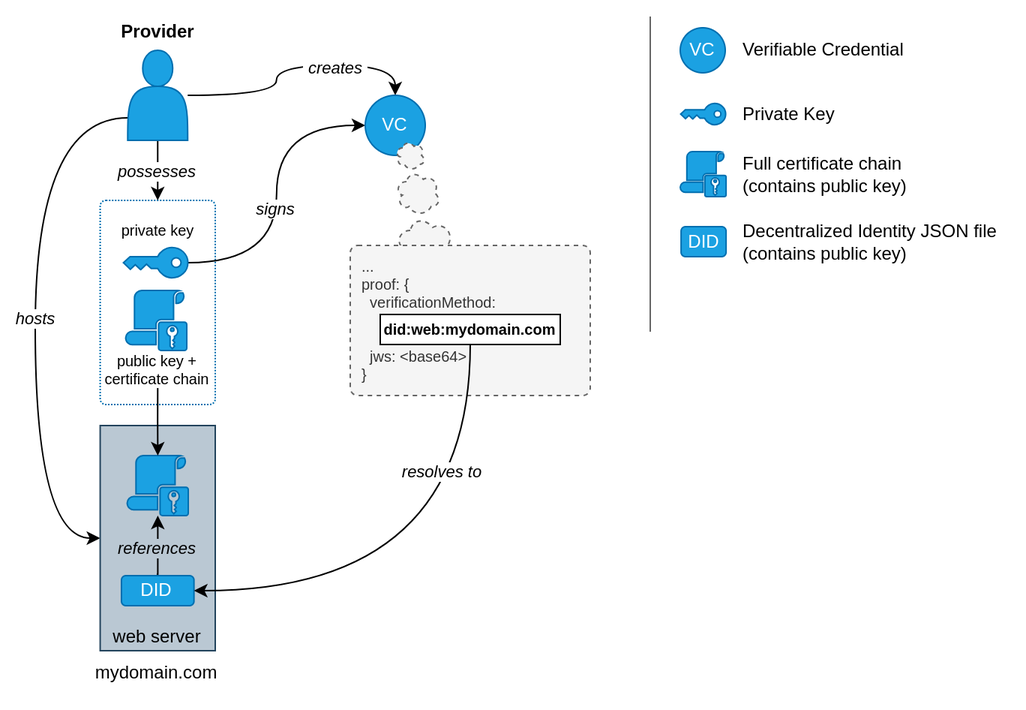
Before: _assets/images/blog/gx-credentials/gx-lrn-credential-structure.png, a diagram exported from draw.io (SovereignCloudStack/website). Source tidied: cells renumbered, new cells last; positions are measured from the earlier drawing's top-left corner, leaving out a move shared by most shapes. The source it was exported from:
```xml
<mxGraphModel>
  <root>
    <mxCell id="0" />
    <mxCell id="1" parent="0" />
    <mxCell id="2" style="rounded=1;whiteSpace=wrap;html=1;dashed=1;dashPattern=1 1;fillColor=none;fontColor=#ffffff;strokeColor=#006EAF;arcSize=5;" parent="1" vertex="1">
      <mxGeometry x="43.3" y="122" width="76.7" height="136" as="geometry" />
    </mxCell>
    <mxCell id="3" style="edgeStyle=orthogonalEdgeStyle;rounded=0;jettySize=auto;html=1;entryX=0;entryY=0.5;entryDx=0;entryDy=0;curved=1;exitX=0;exitY=0.75;exitDx=0;exitDy=0;" parent="1" edge="1" source="9" target="14">
      <mxGeometry relative="1" as="geometry">
        <Array as="points">
          <mxPoint y="67" />
          <mxPoint y="347" />
        </Array>
      </mxGeometry>
    </mxCell>
    <mxCell id="4" value="hosts" style="edgeLabel;html=1;align=center;verticalAlign=middle;fontStyle=2;" parent="3" vertex="1">
      <mxGeometry x="0.01" y="-1" relative="1" as="geometry" />
    </mxCell>
    <mxCell id="5" style="edgeStyle=orthogonalEdgeStyle;rounded=0;jettySize=auto;html=1;entryX=0.5;entryY=0;entryDx=0;entryDy=0;" parent="1" edge="1" source="9" target="2">
      <mxGeometry relative="1" as="geometry" />
    </mxCell>
    <mxCell id="6" value="possesses" style="edgeLabel;html=1;align=center;verticalAlign=middle;fontStyle=2;" parent="5" vertex="1">
      <mxGeometry x="-0.04" y="-2" relative="1" as="geometry">
        <mxPoint x="1" y="1" as="offset" />
      </mxGeometry>
    </mxCell>
    <mxCell id="7" style="edgeStyle=orthogonalEdgeStyle;rounded=0;jettySize=auto;html=1;entryX=0.5;entryY=0;entryDx=0;entryDy=0;curved=1;" parent="1" edge="1" source="9" target="13">
      <mxGeometry relative="1" as="geometry" />
    </mxCell>
    <mxCell id="8" value="&lt;i&gt;&amp;nbsp;creates&amp;nbsp;&lt;/i&gt;" style="edgeLabel;html=1;align=center;verticalAlign=middle;" parent="7" vertex="1">
      <mxGeometry x="0.22" y="-1" relative="1" as="geometry">
        <mxPoint x="10" as="offset" />
      </mxGeometry>
    </mxCell>
    <mxCell id="9" style="shape=actor;whiteSpace=wrap;html=1;fillColor=#1ba1e2;fontColor=#ffffff;strokeColor=#006EAF;" parent="1" vertex="1">
      <mxGeometry x="61.6" y="22" width="40" height="60" as="geometry" />
    </mxCell>
    <mxCell id="10" style="edgeStyle=orthogonalEdgeStyle;rounded=0;jettySize=auto;html=1;entryX=0;entryY=0.5;entryDx=0;entryDy=0;curved=1;" parent="1" edge="1" source="12" target="13">
      <mxGeometry relative="1" as="geometry" />
    </mxCell>
    <mxCell id="11" value="signs" style="edgeLabel;html=1;align=center;verticalAlign=middle;fontStyle=2;" parent="10" vertex="1">
      <mxGeometry x="-0.1" y="1" relative="1" as="geometry" />
    </mxCell>
    <mxCell id="12" style="sketch=0;shadow=0;dashed=0;html=1;strokeColor=#006EAF;fillColor=#1ba1e2;labelPosition=center;verticalLabelPosition=bottom;verticalAlign=top;outlineConnect=0;align=center;shape=mxgraph.office.security.key_permissions;rotation=90;fontColor=#ffffff;" parent="1" vertex="1">
      <mxGeometry x="70.1" y="142" width="20.3" height="43" as="geometry" />
    </mxCell>
    <mxCell id="13" value="VC" style="ellipse;whiteSpace=wrap;html=1;fillColor=#1ba1e2;fontColor=#ffffff;strokeColor=#006EAF;" parent="1" vertex="1">
      <mxGeometry x="220" y="52" width="40" height="40" as="geometry" />
    </mxCell>
    <mxCell id="14" value="&lt;div&gt;&lt;span style=&quot;background-color: initial;&quot;&gt;web server&lt;/span&gt;&lt;br&gt;&lt;/div&gt;" style="rounded=0;whiteSpace=wrap;html=1;verticalAlign=bottom;fillColor=#bac8d3;strokeColor=#23445d;" parent="1" vertex="1">
      <mxGeometry x="43.3" y="272" width="76.7" height="150" as="geometry" />
    </mxCell>
    <mxCell id="15" style="sketch=0;shadow=0;dashed=0;html=1;strokeColor=#006EAF;fillColor=#1ba1e2;labelPosition=center;verticalLabelPosition=bottom;verticalAlign=top;outlineConnect=0;align=center;shape=mxgraph.office.security.role_assignment_policy;fontColor=#ffffff;" parent="1" vertex="1">
      <mxGeometry x="61.3" y="292" width="40.7" height="40" as="geometry" />
    </mxCell>
    <mxCell id="16" style="edgeStyle=orthogonalEdgeStyle;rounded=0;jettySize=auto;html=1;exitX=0.5;exitY=1;exitDx=0;exitDy=0;" parent="1" edge="1" source="29" target="15">
      <mxGeometry relative="1" as="geometry" />
    </mxCell>
    <mxCell id="17" style="sketch=0;shadow=0;dashed=0;html=1;strokeColor=#006EAF;fillColor=#1ba1e2;labelPosition=center;verticalLabelPosition=bottom;verticalAlign=top;align=center;shape=mxgraph.office.security.role_assignment_policy;fontColor=#ffffff;" parent="1" vertex="1">
      <mxGeometry x="60.3" y="182" width="40.7" height="40" as="geometry" />
    </mxCell>
    <mxCell id="18" style="edgeStyle=orthogonalEdgeStyle;rounded=0;jettySize=auto;html=1;" parent="1" edge="1" source="20" target="15">
      <mxGeometry relative="1" as="geometry" />
    </mxCell>
    <mxCell id="19" value="references" style="edgeLabel;html=1;align=center;verticalAlign=middle;fontStyle=2;labelBackgroundColor=#BAC8D3;" parent="18" vertex="1">
      <mxGeometry x="-0.05" y="1" relative="1" as="geometry" />
    </mxCell>
    <mxCell id="20" value="DID" style="rounded=1;whiteSpace=wrap;html=1;fillColor=#1ba1e2;fontColor=#ffffff;strokeColor=#006EAF;" parent="1" vertex="1">
      <mxGeometry x="57.5" y="372" width="48.4" height="20" as="geometry" />
    </mxCell>
    <mxCell id="21" style="ellipse;shape=cloud;whiteSpace=wrap;html=1;dashed=1;fillColor=#f5f5f5;fontColor=#333333;strokeColor=#666666;" parent="1" vertex="1">
      <mxGeometry x="240" y="82" width="20" height="20" as="geometry" />
    </mxCell>
    <mxCell id="22" style="ellipse;shape=cloud;whiteSpace=wrap;html=1;dashed=1;fillColor=#f5f5f5;fontColor=#333333;strokeColor=#666666;" parent="1" vertex="1">
      <mxGeometry x="240" y="102" width="30" height="30" as="geometry" />
    </mxCell>
    <mxCell id="23" style="ellipse;shape=cloud;whiteSpace=wrap;html=1;dashed=1;fillColor=#f5f5f5;fontColor=#333333;strokeColor=#666666;" parent="1" vertex="1">
      <mxGeometry x="240" y="132" width="40" height="40" as="geometry" />
    </mxCell>
    <mxCell id="24" value="&lt;div style=&quot;font-size: 10px;&quot;&gt;&lt;span style=&quot;background-color: initial; font-size: 10px;&quot;&gt;...&lt;/span&gt;&lt;/div&gt;&lt;div style=&quot;font-size: 10px;&quot;&gt;&lt;span style=&quot;background-color: initial; font-size: 10px;&quot;&gt;proof: {&lt;/span&gt;&lt;/div&gt;&lt;div style=&quot;font-size: 10px;&quot;&gt;&lt;span style=&quot;background-color: initial; font-size: 10px;&quot;&gt;&amp;nbsp; verificationMethod:&lt;/span&gt;&lt;br style=&quot;font-size: 10px;&quot;&gt;&lt;/div&gt;&lt;div style=&quot;font-size: 10px;&quot;&gt;&lt;span style=&quot;background-color: initial; font-size: 10px;&quot;&gt;&lt;br&gt;&lt;/span&gt;&lt;/div&gt;&lt;div style=&quot;font-size: 10px;&quot;&gt;&lt;font style=&quot;font-size: 10px;&quot;&gt;&amp;nbsp; &amp;nbsp;&amp;nbsp;&lt;/font&gt;&lt;/div&gt;&lt;div style=&quot;font-size: 10px;&quot;&gt;&lt;font style=&quot;font-size: 10px;&quot;&gt;&amp;nbsp; jws: &amp;lt;base64&amp;gt;&lt;/font&gt;&lt;/div&gt;&lt;div style=&quot;font-size: 10px;&quot;&gt;&lt;font style=&quot;font-size: 10px;&quot;&gt;}&lt;/font&gt;&lt;/div&gt;" style="shape=label;whiteSpace=wrap;html=1;align=left;rounded=1;spacingLeft=6;dashed=1;fontSize=10;verticalAlign=middle;fillColor=#f5f5f5;fontColor=#333333;strokeColor=#666666;arcSize=5;" parent="1" vertex="1">
      <mxGeometry x="210" y="152" width="160" height="100" as="geometry" />
    </mxCell>
    <mxCell id="25" style="edgeStyle=orthogonalEdgeStyle;rounded=0;jettySize=auto;html=1;entryX=1;entryY=0.5;entryDx=0;entryDy=0;curved=1;exitX=0.5;exitY=1;exitDx=0;exitDy=0;" parent="1" edge="1" source="27" target="20">
      <mxGeometry relative="1" as="geometry" />
    </mxCell>
    <mxCell id="26" value="resolves to" style="edgeLabel;html=1;align=center;verticalAlign=middle;fontStyle=2;" parent="25" vertex="1">
      <mxGeometry x="0.59" y="-7" relative="1" as="geometry">
        <mxPoint x="92" y="-73" as="offset" />
      </mxGeometry>
    </mxCell>
    <mxCell id="27" value="&lt;font style=&quot;font-size: 10px;&quot;&gt;&lt;b style=&quot;font-size: 10px;&quot;&gt;did:web:mydomain.com&lt;/b&gt;&lt;/font&gt;" style="rounded=0;whiteSpace=wrap;html=1;fontSize=10;" parent="1" vertex="1">
      <mxGeometry x="230" y="198" width="120" height="20" as="geometry" />
    </mxCell>
    <mxCell id="28" value="private key" style="text;html=1;align=center;verticalAlign=middle;whiteSpace=wrap;rounded=0;fontSize=10;" parent="1" vertex="1">
      <mxGeometry x="51.6" y="132" width="60" height="20" as="geometry" />
    </mxCell>
    <mxCell id="29" value="public key +&lt;div&gt;certificate chain&lt;/div&gt;" style="text;html=1;align=center;verticalAlign=middle;whiteSpace=wrap;rounded=0;fontSize=10;" parent="1" vertex="1">
      <mxGeometry x="42" y="222" width="79.3" height="25" as="geometry" />
    </mxCell>
    <mxCell id="30" value="Provider" style="text;html=1;align=center;verticalAlign=middle;whiteSpace=wrap;rounded=0;fontStyle=1;" parent="1" vertex="1">
      <mxGeometry x="51.7" y="-0.5" width="60" height="20" as="geometry" />
    </mxCell>
    <mxCell id="31" style="endArrow=none;html=1;rounded=0;fillColor=#f5f5f5;strokeColor=#666666;" parent="1" edge="1">
      <mxGeometry relative="1" as="geometry">
        <mxPoint x="410" y="209.5" as="sourcePoint" />
        <mxPoint x="410" y="-0.5" as="targetPoint" />
      </mxGeometry>
    </mxCell>
    <mxCell id="32" style="sketch=0;shadow=0;dashed=0;html=1;strokeColor=#006EAF;fillColor=#1ba1e2;labelPosition=center;verticalLabelPosition=bottom;verticalAlign=top;align=center;shape=mxgraph.office.security.role_assignment_policy;fontColor=#ffffff;" parent="1" vertex="1">
      <mxGeometry x="430" y="89.5" width="30.6" height="30" as="geometry" />
    </mxCell>
    <mxCell id="33" value="DID" style="rounded=1;whiteSpace=wrap;html=1;fillColor=#1ba1e2;fontColor=#ffffff;strokeColor=#006EAF;" parent="1" vertex="1">
      <mxGeometry x="430.6" y="139.5" width="30" height="20" as="geometry" />
    </mxCell>
    <mxCell id="34" style="sketch=0;shadow=0;dashed=0;html=1;strokeColor=#006EAF;fillColor=#1ba1e2;labelPosition=center;verticalLabelPosition=bottom;verticalAlign=top;align=center;shape=mxgraph.office.security.key_permissions;rotation=90;fontColor=#ffffff;" parent="1" vertex="1">
      <mxGeometry x="438.2" y="49.5" width="14.2" height="30" as="geometry" />
    </mxCell>
    <mxCell id="35" value="VC" style="ellipse;whiteSpace=wrap;html=1;fillColor=#1ba1e2;fontColor=#ffffff;strokeColor=#006EAF;" parent="1" vertex="1">
      <mxGeometry x="430" y="7" width="30" height="30" as="geometry" />
    </mxCell>
    <mxCell id="36" value="Verifiable Credential" style="text;html=1;align=left;verticalAlign=middle;whiteSpace=wrap;rounded=0;" parent="1" vertex="1">
      <mxGeometry x="470" y="7" width="150" height="30" as="geometry" />
    </mxCell>
    <mxCell id="37" value="Private Key" style="text;html=1;align=left;verticalAlign=middle;whiteSpace=wrap;rounded=0;" parent="1" vertex="1">
      <mxGeometry x="470" y="49.5" width="150" height="30" as="geometry" />
    </mxCell>
    <mxCell id="38" value="Full certificate chain&lt;div&gt;(contains public key)&lt;/div&gt;" style="text;html=1;align=left;verticalAlign=middle;whiteSpace=wrap;rounded=0;" parent="1" vertex="1">
      <mxGeometry x="470" y="89.5" width="150" height="30" as="geometry" />
    </mxCell>
    <mxCell id="39" value="Decentralized Identity JSON file&lt;div&gt;(contains public key)&lt;/div&gt;" style="text;html=1;align=left;verticalAlign=middle;whiteSpace=wrap;rounded=0;" parent="1" vertex="1">
      <mxGeometry x="470" y="134.5" width="180" height="30" as="geometry" />
    </mxCell>
    <mxCell id="40" value="mydomain.com" style="text;html=1;align=center;verticalAlign=middle;whiteSpace=wrap;rounded=0;fontSize=12;" parent="1" vertex="1">
      <mxGeometry x="40.7" y="422" width="80" height="30" as="geometry" />
    </mxCell>
  </root>
</mxGraphModel>
```
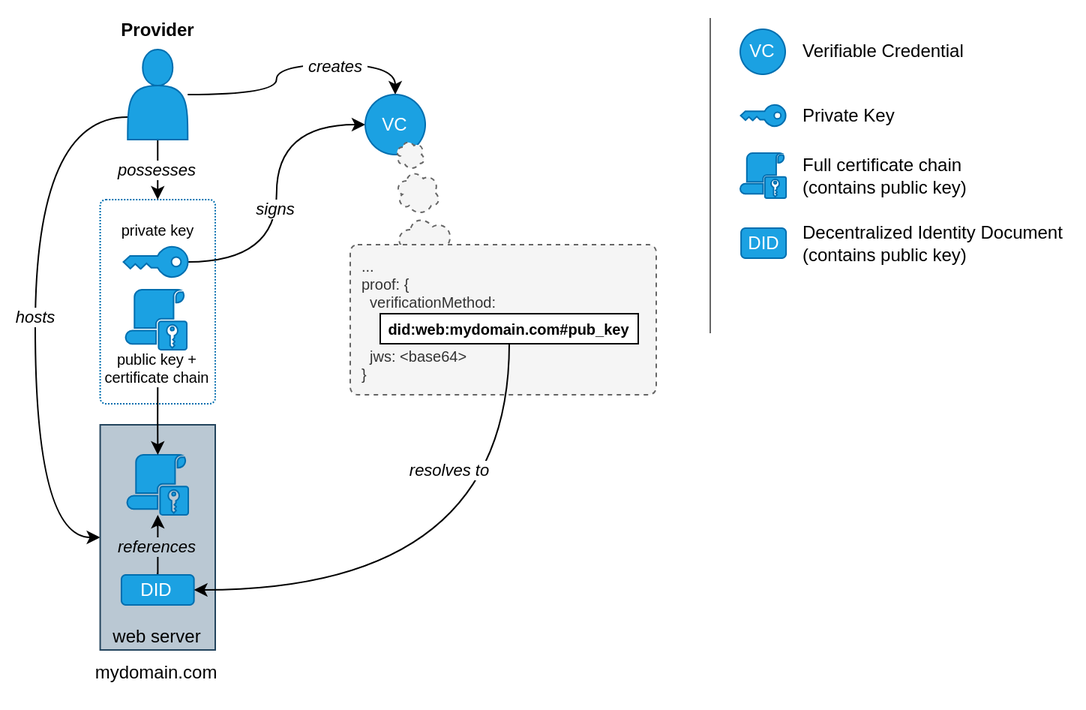
The same diagram one commit later.

Change to the diagram source:
```diff
@@ -78,7 +78,7 @@
       <mxGeometry x="240" y="132" width="40" height="40" as="geometry" />
     </mxCell>
     <mxCell id="24" value="&lt;div style=&quot;font-size: 10px;&quot;&gt;&lt;span style=&quot;background-color: initial; font-size: 10px;&quot;&gt;...&lt;/span&gt;&lt;/div&gt;&lt;div style=&quot;font-size: 10px;&quot;&gt;&lt;span style=&quot;background-color: initial; font-size: 10px;&quot;&gt;proof: {&lt;/span&gt;&lt;/div&gt;&lt;div style=&quot;font-size: 10px;&quot;&gt;&lt;span style=&quot;background-color: initial; font-size: 10px;&quot;&gt;&amp;nbsp; verificationMethod:&lt;/span&gt;&lt;br style=&quot;font-size: 10px;&quot;&gt;&lt;/div&gt;&lt;div style=&quot;font-size: 10px;&quot;&gt;&lt;span style=&quot;background-color: initial; font-size: 10px;&quot;&gt;&lt;br&gt;&lt;/span&gt;&lt;/div&gt;&lt;div style=&quot;font-size: 10px;&quot;&gt;&lt;font style=&quot;font-size: 10px;&quot;&gt;&amp;nbsp; &amp;nbsp;&amp;nbsp;&lt;/font&gt;&lt;/div&gt;&lt;div style=&quot;font-size: 10px;&quot;&gt;&lt;font style=&quot;font-size: 10px;&quot;&gt;&amp;nbsp; jws: &amp;lt;base64&amp;gt;&lt;/font&gt;&lt;/div&gt;&lt;div style=&quot;font-size: 10px;&quot;&gt;&lt;font style=&quot;font-size: 10px;&quot;&gt;}&lt;/font&gt;&lt;/div&gt;" style="shape=label;whiteSpace=wrap;html=1;align=left;rounded=1;spacingLeft=6;dashed=1;fontSize=10;verticalAlign=middle;fillColor=#f5f5f5;fontColor=#333333;strokeColor=#666666;arcSize=5;" parent="1" vertex="1">
-      <mxGeometry x="210" y="152" width="160" height="100" as="geometry" />
+      <mxGeometry x="210" y="152" width="204" height="100" as="geometry" />
     </mxCell>
     <mxCell id="25" style="edgeStyle=orthogonalEdgeStyle;rounded=0;jettySize=auto;html=1;entryX=1;entryY=0.5;entryDx=0;entryDy=0;curved=1;exitX=0.5;exitY=1;exitDx=0;exitDy=0;" parent="1" edge="1" source="27" target="20">
       <mxGeometry relative="1" as="geometry" />
@@ -88,8 +88,8 @@
         <mxPoint x="92" y="-73" as="offset" />
       </mxGeometry>
     </mxCell>
-    <mxCell id="27" value="&lt;font style=&quot;font-size: 10px;&quot;&gt;&lt;b style=&quot;font-size: 10px;&quot;&gt;did:web:mydomain.com&lt;/b&gt;&lt;/font&gt;" style="rounded=0;whiteSpace=wrap;html=1;fontSize=10;" parent="1" vertex="1">
-      <mxGeometry x="230" y="198" width="120" height="20" as="geometry" />
+    <mxCell id="27" value="&lt;font style=&quot;font-size: 10px;&quot;&gt;&lt;b style=&quot;font-size: 10px;&quot;&gt;did:web:mydomain.com&lt;/b&gt;&lt;/font&gt;&lt;span class=&quot;objectBox objectBox-string&quot;&gt;&lt;b&gt;#pub_key&lt;/b&gt;&lt;/span&gt;" style="rounded=0;whiteSpace=wrap;html=1;fontSize=10;" parent="1" vertex="1">
+      <mxGeometry x="230" y="198" width="172" height="20" as="geometry" />
     </mxCell>
     <mxCell id="28" value="private key" style="text;html=1;align=center;verticalAlign=middle;whiteSpace=wrap;rounded=0;fontSize=10;" parent="1" vertex="1">
       <mxGeometry x="51.6" y="132" width="60" height="20" as="geometry" />
@@ -102,33 +102,33 @@
     </mxCell>
     <mxCell id="31" style="endArrow=none;html=1;rounded=0;fillColor=#f5f5f5;strokeColor=#666666;" parent="1" edge="1">
       <mxGeometry relative="1" as="geometry">
-        <mxPoint x="410" y="209.5" as="sourcePoint" />
-        <mxPoint x="410" y="-0.5" as="targetPoint" />
+        <mxPoint x="450" y="211" as="sourcePoint" />
+        <mxPoint x="450" y="1" as="targetPoint" />
       </mxGeometry>
     </mxCell>
     <mxCell id="32" style="sketch=0;shadow=0;dashed=0;html=1;strokeColor=#006EAF;fillColor=#1ba1e2;labelPosition=center;verticalLabelPosition=bottom;verticalAlign=top;align=center;shape=mxgraph.office.security.role_assignment_policy;fontColor=#ffffff;" parent="1" vertex="1">
-      <mxGeometry x="430" y="89.5" width="30.6" height="30" as="geometry" />
+      <mxGeometry x="470" y="91" width="30.6" height="30" as="geometry" />
     </mxCell>
     <mxCell id="33" value="DID" style="rounded=1;whiteSpace=wrap;html=1;fillColor=#1ba1e2;fontColor=#ffffff;strokeColor=#006EAF;" parent="1" vertex="1">
-      <mxGeometry x="430.6" y="139.5" width="30" height="20" as="geometry" />
+      <mxGeometry x="470.6" y="141" width="30" height="20" as="geometry" />
     </mxCell>
     <mxCell id="34" style="sketch=0;shadow=0;dashed=0;html=1;strokeColor=#006EAF;fillColor=#1ba1e2;labelPosition=center;verticalLabelPosition=bottom;verticalAlign=top;align=center;shape=mxgraph.office.security.key_permissions;rotation=90;fontColor=#ffffff;" parent="1" vertex="1">
-      <mxGeometry x="438.2" y="49.5" width="14.2" height="30" as="geometry" />
+      <mxGeometry x="478.2" y="51" width="14.2" height="30" as="geometry" />
     </mxCell>
     <mxCell id="35" value="VC" style="ellipse;whiteSpace=wrap;html=1;fillColor=#1ba1e2;fontColor=#ffffff;strokeColor=#006EAF;" parent="1" vertex="1">
-      <mxGeometry x="430" y="7" width="30" height="30" as="geometry" />
+      <mxGeometry x="470" y="8.5" width="30" height="30" as="geometry" />
     </mxCell>
     <mxCell id="36" value="Verifiable Credential" style="text;html=1;align=left;verticalAlign=middle;whiteSpace=wrap;rounded=0;" parent="1" vertex="1">
-      <mxGeometry x="470" y="7" width="150" height="30" as="geometry" />
+      <mxGeometry x="510" y="8.5" width="150" height="30" as="geometry" />
     </mxCell>
     <mxCell id="37" value="Private Key" style="text;html=1;align=left;verticalAlign=middle;whiteSpace=wrap;rounded=0;" parent="1" vertex="1">
-      <mxGeometry x="470" y="49.5" width="150" height="30" as="geometry" />
+      <mxGeometry x="510" y="51" width="150" height="30" as="geometry" />
     </mxCell>
     <mxCell id="38" value="Full certificate chain&lt;div&gt;(contains public key)&lt;/div&gt;" style="text;html=1;align=left;verticalAlign=middle;whiteSpace=wrap;rounded=0;" parent="1" vertex="1">
-      <mxGeometry x="470" y="89.5" width="150" height="30" as="geometry" />
+      <mxGeometry x="510" y="91" width="150" height="30" as="geometry" />
     </mxCell>
-    <mxCell id="39" value="Decentralized Identity JSON file&lt;div&gt;(contains public key)&lt;/div&gt;" style="text;html=1;align=left;verticalAlign=middle;whiteSpace=wrap;rounded=0;" parent="1" vertex="1">
-      <mxGeometry x="470" y="134.5" width="180" height="30" as="geometry" />
+    <mxCell id="39" value="Decentralized Identity Document&lt;div&gt;(contains public key)&lt;/div&gt;" style="text;html=1;align=left;verticalAlign=middle;whiteSpace=wrap;rounded=0;" parent="1" vertex="1">
+      <mxGeometry x="510" y="136" width="180" height="30" as="geometry" />
     </mxCell>
     <mxCell id="40" value="mydomain.com" style="text;html=1;align=center;verticalAlign=middle;whiteSpace=wrap;rounded=0;fontSize=12;" parent="1" vertex="1">
       <mxGeometry x="40.7" y="422" width="80" height="30" as="geometry" />
```
